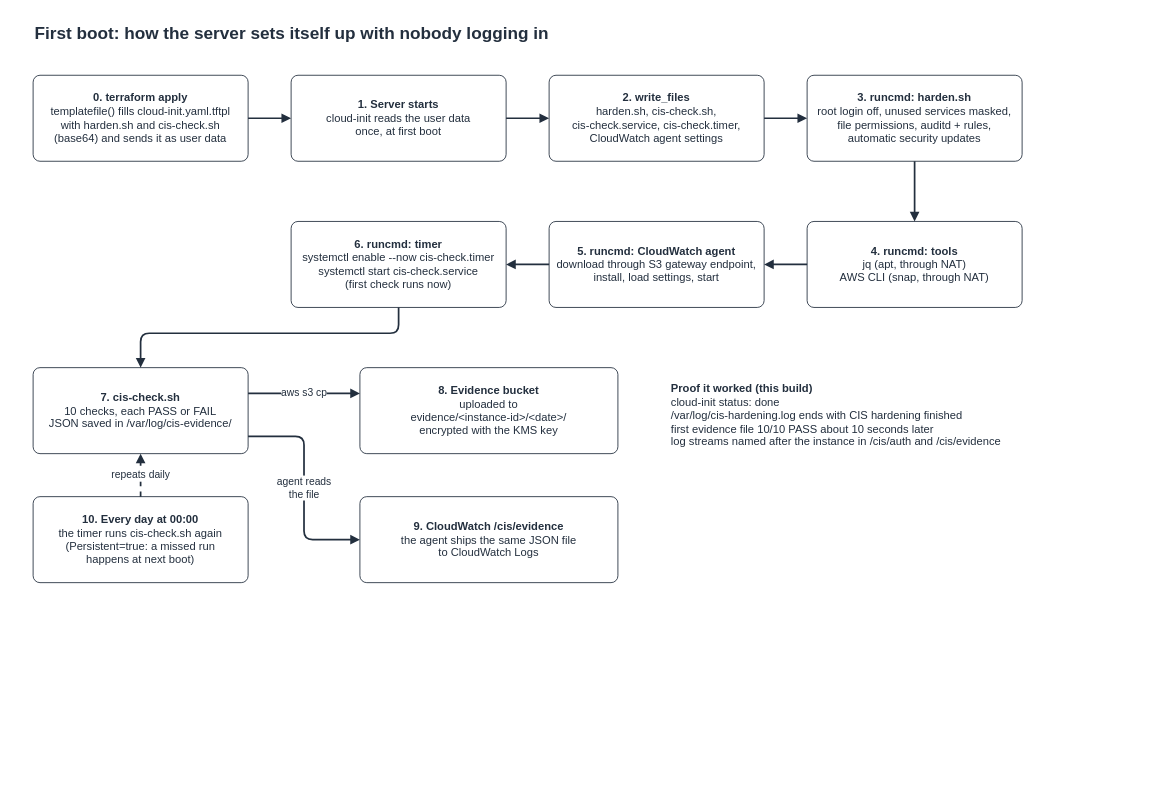
Before: page "3 First boot of the server" (3 of 3) of docs/architecture.drawio in Obiku/cis-hardened-server, a draw.io diagram. Source tidied: cells renumbered, new cells numbered last; positions are measured from the earlier drawing's top-left corner, leaving out a move shared by most shapes. Both pictures are drawn from the tidied source at 86%, with x=0, y=0 at pixel (33, 15).
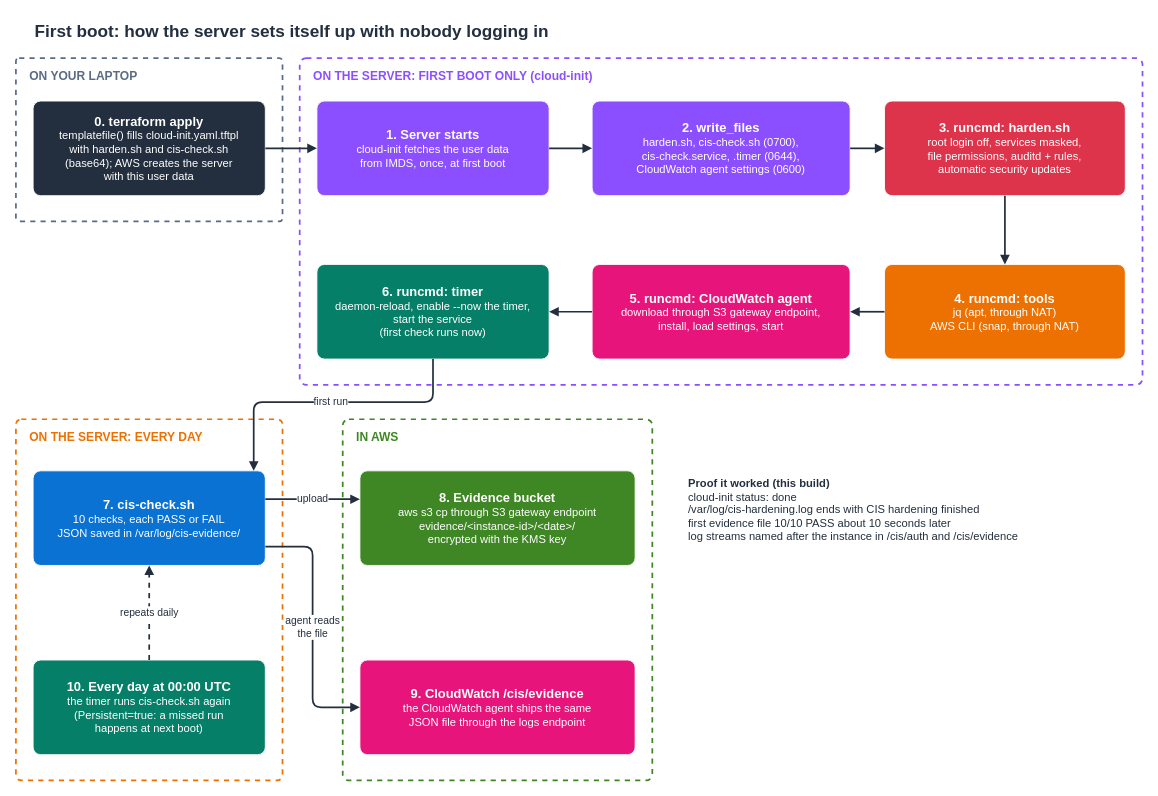
Above is the later version.

Commit message (it also covers changes not shown here):
Redraw diagrams: security groups, build order with AWS resources, first boot zones

The edit, as a diff of the source:
```diff
@@
-<mxGraphModel>
+<mxGraphModel background="#FFFFFF">
@@
     <mxCell id="2" value="First boot: how the server sets itself up with nobody logging in" style="text;html=1;align=left;verticalAlign=middle;fontSize=20;fontStyle=1;fontColor=#232F3E;" parent="1" vertex="1">
-      <mxGeometry width="1000" height="40" as="geometry" />
+      <mxGeometry width="1200" height="36" as="geometry" />
     </mxCell>
-    <mxCell id="3" value="&lt;b&gt;0. terraform apply&lt;/b&gt;&lt;br&gt;templatefile() fills cloud-init.yaml.tftpl&lt;br&gt;with harden.sh and cis-check.sh&lt;br&gt;(base64) and sends it as user data" style="rounded=1;whiteSpace=wrap;html=1;fontSize=13;align=center;verticalAlign=middle;strokeColor=#232F3E;fillColor=#FFFFFF;fontColor=#232F3E;arcSize=8;" parent="1" vertex="1">
-      <mxGeometry y="70" width="250" height="100" as="geometry" />
+    <mxCell id="3" value="ON YOUR LAPTOP" style="rounded=1;arcSize=2;whiteSpace=wrap;html=1;align=left;verticalAlign=top;spacingLeft=14;spacingTop=6;fontSize=14;fontStyle=1;dashed=1;strokeWidth=2;fillColor=none;strokeColor=#5A6B86;fontColor=#5A6B86;" parent="1" vertex="1">
+      <mxGeometry x="-20" y="50" width="310" height="190" as="geometry" />
     </mxCell>
-    <mxCell id="4" value="&lt;b&gt;1. Server starts&lt;/b&gt;&lt;br&gt;cloud-init reads the user data&lt;br&gt;once, at first boot" style="rounded=1;whiteSpace=wrap;html=1;fontSize=13;align=center;verticalAlign=middle;strokeColor=#232F3E;fillColor=#FFFFFF;fontColor=#232F3E;arcSize=8;" parent="1" vertex="1">
-      <mxGeometry x="300" y="70" width="250" height="100" as="geometry" />
+    <mxCell id="4" value="ON THE SERVER: FIRST BOOT ONLY (cloud-init)" style="rounded=1;arcSize=2;whiteSpace=wrap;html=1;align=left;verticalAlign=top;spacingLeft=14;spacingTop=6;fontSize=14;fontStyle=1;dashed=1;strokeWidth=2;fillColor=none;strokeColor=#8C4FFF;fontColor=#8C4FFF;" parent="1" vertex="1">
+      <mxGeometry x="310" y="50" width="980" height="380" as="geometry" />
     </mxCell>
-    <mxCell id="5" value="&lt;b&gt;2. write_files&lt;/b&gt;&lt;br&gt;harden.sh, cis-check.sh,&lt;br&gt;cis-check.service, cis-check.timer,&lt;br&gt;CloudWatch agent settings" style="rounded=1;whiteSpace=wrap;html=1;fontSize=13;align=center;verticalAlign=middle;strokeColor=#232F3E;fillColor=#FFFFFF;fontColor=#232F3E;arcSize=8;" parent="1" vertex="1">
-      <mxGeometry x="600" y="70" width="250" height="100" as="geometry" />
+    <mxCell id="5" value="ON THE SERVER: EVERY DAY" style="rounded=1;arcSize=2;whiteSpace=wrap;html=1;align=left;verticalAlign=top;spacingLeft=14;spacingTop=6;fontSize=14;fontStyle=1;dashed=1;strokeWidth=2;fillColor=none;strokeColor=#ED7100;fontColor=#ED7100;" parent="1" vertex="1">
+      <mxGeometry x="-20" y="470" width="310" height="420" as="geometry" />
     </mxCell>
-    <mxCell id="6" value="&lt;b&gt;3. runcmd: harden.sh&lt;/b&gt;&lt;br&gt;root login off, unused services masked,&lt;br&gt;file permissions, auditd + rules,&lt;br&gt;automatic security updates" style="rounded=1;whiteSpace=wrap;html=1;fontSize=13;align=center;verticalAlign=middle;strokeColor=#232F3E;fillColor=#FFFFFF;fontColor=#232F3E;arcSize=8;" parent="1" vertex="1">
-      <mxGeometry x="900" y="70" width="250" height="100" as="geometry" />
+    <mxCell id="6" value="IN AWS" style="rounded=1;arcSize=2;whiteSpace=wrap;html=1;align=left;verticalAlign=top;spacingLeft=14;spacingTop=6;fontSize=14;fontStyle=1;dashed=1;strokeWidth=2;fillColor=none;strokeColor=#3F8624;fontColor=#3F8624;" parent="1" vertex="1">
+      <mxGeometry x="360" y="470" width="360" height="420" as="geometry" />
     </mxCell>
-    <mxCell id="7" value="&lt;b&gt;4. runcmd: tools&lt;/b&gt;&lt;br&gt;jq (apt, through NAT)&lt;br&gt;AWS CLI (snap, through NAT)" style="rounded=1;whiteSpace=wrap;html=1;fontSize=13;align=center;verticalAlign=middle;strokeColor=#232F3E;fillColor=#FFFFFF;fontColor=#232F3E;arcSize=8;" parent="1" vertex="1">
-      <mxGeometry x="900" y="240" width="250" height="100" as="geometry" />
+    <mxCell id="7" value="&lt;b style=&quot;font-size:15px;&quot;&gt;0. terraform apply&lt;/b&gt;&lt;br&gt;templatefile() fills cloud-init.yaml.tftpl&lt;br&gt;with harden.sh and cis-check.sh&lt;br&gt;(base64); AWS creates the server&lt;br&gt;with this user data" style="rounded=1;arcSize=8;whiteSpace=wrap;html=1;align=center;verticalAlign=middle;fontSize=13;fontColor=#FFFFFF;strokeColor=#FFFFFF;strokeWidth=1;fillColor=#232F3E;" parent="1" vertex="1">
+      <mxGeometry y="100" width="270" height="110" as="geometry" />
     </mxCell>
-    <mxCell id="8" value="&lt;b&gt;5. runcmd: CloudWatch agent&lt;/b&gt;&lt;br&gt;download through S3 gateway endpoint,&lt;br&gt;install, load settings, start" style="rounded=1;whiteSpace=wrap;html=1;fontSize=13;align=center;verticalAlign=middle;strokeColor=#232F3E;fillColor=#FFFFFF;fontColor=#232F3E;arcSize=8;" parent="1" vertex="1">
-      <mxGeometry x="600" y="240" width="250" height="100" as="geometry" />
+    <mxCell id="8" value="&lt;b style=&quot;font-size:15px;&quot;&gt;1. Server starts&lt;/b&gt;&lt;br&gt;cloud-init fetches the user data&lt;br&gt;from IMDS, once, at first boot" style="rounded=1;arcSize=8;whiteSpace=wrap;html=1;align=center;verticalAlign=middle;fontSize=13;fontColor=#FFFFFF;strokeColor=#FFFFFF;strokeWidth=1;fillColor=#8C4FFF;" parent="1" vertex="1">
+      <mxGeometry x="330" y="100" width="270" height="110" as="geometry" />
     </mxCell>
-    <mxCell id="9" value="&lt;b&gt;6. runcmd: timer&lt;/b&gt;&lt;br&gt;systemctl enable --now cis-check.timer&lt;br&gt;systemctl start cis-check.service&lt;br&gt;(first check runs now)" style="rounded=1;whiteSpace=wrap;html=1;fontSize=13;align=center;verticalAlign=middle;strokeColor=#232F3E;fillColor=#FFFFFF;fontColor=#232F3E;arcSize=8;" parent="1" vertex="1">
-      <mxGeometry x="300" y="240" width="250" height="100" as="geometry" />
+    <mxCell id="9" value="&lt;b style=&quot;font-size:15px;&quot;&gt;2. write_files&lt;/b&gt;&lt;br&gt;harden.sh, cis-check.sh (0700),&lt;br&gt;cis-check.service, .timer (0644),&lt;br&gt;CloudWatch agent settings (0600)" style="rounded=1;arcSize=8;whiteSpace=wrap;html=1;align=center;verticalAlign=middle;fontSize=13;fontColor=#FFFFFF;strokeColor=#FFFFFF;strokeWidth=1;fillColor=#8C4FFF;" parent="1" vertex="1">
+      <mxGeometry x="650" y="100" width="300" height="110" as="geometry" />
     </mxCell>
-    <mxCell id="10" value="&lt;b&gt;7. cis-check.sh&lt;/b&gt;&lt;br&gt;10 checks, each PASS or FAIL&lt;br&gt;JSON saved in /var/log/cis-evidence/" style="rounded=1;whiteSpace=wrap;html=1;fontSize=13;align=center;verticalAlign=middle;strokeColor=#232F3E;fillColor=#FFFFFF;fontColor=#232F3E;arcSize=8;" parent="1" vertex="1">
-      <mxGeometry y="410" width="250" height="100" as="geometry" />
+    <mxCell id="10" value="&lt;b style=&quot;font-size:15px;&quot;&gt;3. runcmd: harden.sh&lt;/b&gt;&lt;br&gt;root login off, services masked,&lt;br&gt;file permissions, auditd + rules,&lt;br&gt;automatic security updates" style="rounded=1;arcSize=8;whiteSpace=wrap;html=1;align=center;verticalAlign=middle;fontSize=13;fontColor=#FFFFFF;strokeColor=#FFFFFF;strokeWidth=1;fillColor=#DD344C;" parent="1" vertex="1">
+      <mxGeometry x="990" y="100" width="280" height="110" as="geometry" />
     </mxCell>
-    <mxCell id="11" value="&lt;b&gt;8. Evidence bucket&lt;/b&gt;&lt;br&gt;uploaded to&lt;br&gt;evidence/&amp;lt;instance-id&amp;gt;/&amp;lt;date&amp;gt;/&lt;br&gt;encrypted with the KMS key" style="rounded=1;whiteSpace=wrap;html=1;fontSize=13;align=center;verticalAlign=middle;strokeColor=#232F3E;fillColor=#FFFFFF;fontColor=#232F3E;arcSize=8;" parent="1" vertex="1">
-      <mxGeometry x="380" y="410" width="300" height="100" as="geometry" />
+    <mxCell id="11" value="&lt;b style=&quot;font-size:15px;&quot;&gt;4. runcmd: tools&lt;/b&gt;&lt;br&gt;jq (apt, through NAT)&lt;br&gt;AWS CLI (snap, through NAT)" style="rounded=1;arcSize=8;whiteSpace=wrap;html=1;align=center;verticalAlign=middle;fontSize=13;fontColor=#FFFFFF;strokeColor=#FFFFFF;strokeWidth=1;fillColor=#ED7100;" parent="1" vertex="1">
+      <mxGeometry x="990" y="290" width="280" height="110" as="geometry" />
     </mxCell>
-    <mxCell id="12" value="&lt;b&gt;9. CloudWatch /cis/evidence&lt;/b&gt;&lt;br&gt;the agent ships the same JSON file&lt;br&gt;to CloudWatch Logs" style="rounded=1;whiteSpace=wrap;html=1;fontSize=13;align=center;verticalAlign=middle;strokeColor=#232F3E;fillColor=#FFFFFF;fontColor=#232F3E;arcSize=8;" parent="1" vertex="1">
-      <mxGeometry x="380" y="560" width="300" height="100" as="geometry" />
+    <mxCell id="12" value="&lt;b style=&quot;font-size:15px;&quot;&gt;5. runcmd: CloudWatch agent&lt;/b&gt;&lt;br&gt;download through S3 gateway endpoint,&lt;br&gt;install, load settings, start" style="rounded=1;arcSize=8;whiteSpace=wrap;html=1;align=center;verticalAlign=middle;fontSize=13;fontColor=#FFFFFF;strokeColor=#FFFFFF;strokeWidth=1;fillColor=#E7157B;" parent="1" vertex="1">
+      <mxGeometry x="650" y="290" width="300" height="110" as="geometry" />
     </mxCell>
-    <mxCell id="13" value="&lt;b&gt;10. Every day at 00:00&lt;/b&gt;&lt;br&gt;the timer runs cis-check.sh again&lt;br&gt;(Persistent=true: a missed run&lt;br&gt;happens at next boot)" style="rounded=1;whiteSpace=wrap;html=1;fontSize=13;align=center;verticalAlign=middle;strokeColor=#232F3E;fillColor=#FFFFFF;fontColor=#232F3E;arcSize=8;" parent="1" vertex="1">
-      <mxGeometry y="560" width="250" height="100" as="geometry" />
+    <mxCell id="13" value="&lt;b style=&quot;font-size:15px;&quot;&gt;6. runcmd: timer&lt;/b&gt;&lt;br&gt;daemon-reload, enable --now the timer,&lt;br&gt;start the service&lt;br&gt;(first check runs now)" style="rounded=1;arcSize=8;whiteSpace=wrap;html=1;align=center;verticalAlign=middle;fontSize=13;fontColor=#FFFFFF;strokeColor=#FFFFFF;strokeWidth=1;fillColor=#067F68;" parent="1" vertex="1">
+      <mxGeometry x="330" y="290" width="270" height="110" as="geometry" />
     </mxCell>
-    <mxCell id="14" style="edgeStyle=orthogonalEdgeStyle;rounded=1;html=1;endArrow=block;endFill=1;strokeWidth=2;strokeColor=#232F3E;fontSize=12;fontColor=#232F3E;labelBackgroundColor=#FFFFFF;" parent="1" edge="1" source="3" target="4">
-      <mxGeometry relative="1" as="geometry" />
+    <mxCell id="14" value="&lt;b style=&quot;font-size:15px;&quot;&gt;7. cis-check.sh&lt;/b&gt;&lt;br&gt;10 checks, each PASS or FAIL&lt;br&gt;JSON saved in /var/log/cis-evidence/" style="rounded=1;arcSize=8;whiteSpace=wrap;html=1;align=center;verticalAlign=middle;fontSize=13;fontColor=#FFFFFF;strokeColor=#FFFFFF;strokeWidth=1;fillColor=#0972D3;" parent="1" vertex="1">
+      <mxGeometry y="530" width="270" height="110" as="geometry" />
     </mxCell>
-    <mxCell id="15" style="edgeStyle=orthogonalEdgeStyle;rounded=1;html=1;endArrow=block;endFill=1;strokeWidth=2;strokeColor=#232F3E;fontSize=12;fontColor=#232F3E;labelBackgroundColor=#FFFFFF;" parent="1" edge="1" source="4" target="5">
-      <mxGeometry relative="1" as="geometry" />
+    <mxCell id="15" value="&lt;b style=&quot;font-size:15px;&quot;&gt;10. Every day at 00:00 UTC&lt;/b&gt;&lt;br&gt;the timer runs cis-check.sh again&lt;br&gt;(Persistent=true: a missed run&lt;br&gt;happens at next boot)" style="rounded=1;arcSize=8;whiteSpace=wrap;html=1;align=center;verticalAlign=middle;fontSize=13;fontColor=#FFFFFF;strokeColor=#FFFFFF;strokeWidth=1;fillColor=#067F68;" parent="1" vertex="1">
+      <mxGeometry y="750" width="270" height="110" as="geometry" />
     </mxCell>
-    <mxCell id="16" style="edgeStyle=orthogonalEdgeStyle;rounded=1;html=1;endArrow=block;endFill=1;strokeWidth=2;strokeColor=#232F3E;fontSize=12;fontColor=#232F3E;labelBackgroundColor=#FFFFFF;" parent="1" edge="1" source="5" target="6">
-      <mxGeometry relative="1" as="geometry" />
+    <mxCell id="16" value="&lt;b style=&quot;font-size:15px;&quot;&gt;8. Evidence bucket&lt;/b&gt;&lt;br&gt;aws s3 cp through S3 gateway endpoint&lt;br&gt;evidence/&amp;lt;instance-id&amp;gt;/&amp;lt;date&amp;gt;/&lt;br&gt;encrypted with the KMS key" style="rounded=1;arcSize=8;whiteSpace=wrap;html=1;align=center;verticalAlign=middle;fontSize=13;fontColor=#FFFFFF;strokeColor=#FFFFFF;strokeWidth=1;fillColor=#3F8624;" parent="1" vertex="1">
+      <mxGeometry x="380" y="530" width="320" height="110" as="geometry" />
     </mxCell>
-    <mxCell id="17" style="edgeStyle=orthogonalEdgeStyle;rounded=1;html=1;endArrow=block;endFill=1;strokeWidth=2;strokeColor=#232F3E;fontSize=12;fontColor=#232F3E;labelBackgroundColor=#FFFFFF;exitX=0.5;exitY=1;entryX=0.5;entryY=0;" parent="1" edge="1" source="6" target="7">
-      <mxGeometry relative="1" as="geometry" />
+    <mxCell id="17" value="&lt;b style=&quot;font-size:15px;&quot;&gt;9. CloudWatch /cis/evidence&lt;/b&gt;&lt;br&gt;the CloudWatch agent ships the same&lt;br&gt;JSON file through the logs endpoint" style="rounded=1;arcSize=8;whiteSpace=wrap;html=1;align=center;verticalAlign=middle;fontSize=13;fontColor=#FFFFFF;strokeColor=#FFFFFF;strokeWidth=1;fillColor=#E7157B;" parent="1" vertex="1">
+      <mxGeometry x="380" y="750" width="320" height="110" as="geometry" />
     </mxCell>
-    <mxCell id="18" style="edgeStyle=orthogonalEdgeStyle;rounded=1;html=1;endArrow=block;endFill=1;strokeWidth=2;strokeColor=#232F3E;fontSize=12;fontColor=#232F3E;labelBackgroundColor=#FFFFFF;exitX=0;exitY=0.5;entryX=1;entryY=0.5;" parent="1" edge="1" source="7" target="8">
+    <mxCell id="18" style="edgeStyle=orthogonalEdgeStyle;rounded=1;html=1;endArrow=block;endFill=1;strokeWidth=2;strokeColor=#232F3E;fontSize=12;fontColor=#232F3E;labelBackgroundColor=#FFFFFF;" parent="1" edge="1" source="7" target="8">
       <mxGeometry relative="1" as="geometry" />
     </mxCell>
-    <mxCell id="19" style="edgeStyle=orthogonalEdgeStyle;rounded=1;html=1;endArrow=block;endFill=1;strokeWidth=2;strokeColor=#232F3E;fontSize=12;fontColor=#232F3E;labelBackgroundColor=#FFFFFF;exitX=0;exitY=0.5;entryX=1;entryY=0.5;" parent="1" edge="1" source="8" target="9">
+    <mxCell id="19" style="edgeStyle=orthogonalEdgeStyle;rounded=1;html=1;endArrow=block;endFill=1;strokeWidth=2;strokeColor=#232F3E;fontSize=12;fontColor=#232F3E;labelBackgroundColor=#FFFFFF;" parent="1" edge="1" source="8" target="9">
       <mxGeometry relative="1" as="geometry" />
     </mxCell>
-    <mxCell id="20" style="edgeStyle=orthogonalEdgeStyle;rounded=1;html=1;endArrow=block;endFill=1;strokeWidth=2;strokeColor=#232F3E;fontSize=12;fontColor=#232F3E;labelBackgroundColor=#FFFFFF;exitX=0.5;exitY=1;entryX=0.5;entryY=0;" parent="1" edge="1" source="9" target="10">
-      <mxGeometry relative="1" as="geometry">
-        <Array as="points">
-          <mxPoint x="425" y="370" />
-          <mxPoint x="125" y="370" />
-        </Array>
-      </mxGeometry>
+    <mxCell id="20" style="edgeStyle=orthogonalEdgeStyle;rounded=1;html=1;endArrow=block;endFill=1;strokeWidth=2;strokeColor=#232F3E;fontSize=12;fontColor=#232F3E;labelBackgroundColor=#FFFFFF;" parent="1" edge="1" source="9" target="10">
+      <mxGeometry relative="1" as="geometry" />
     </mxCell>
-    <mxCell id="21" value="aws s3 cp" style="edgeStyle=orthogonalEdgeStyle;rounded=1;html=1;endArrow=block;endFill=1;strokeWidth=2;strokeColor=#232F3E;fontSize=12;fontColor=#232F3E;labelBackgroundColor=#FFFFFF;exitX=1;exitY=0.3;entryX=0;entryY=0.3;" parent="1" edge="1" source="10" target="11">
+    <mxCell id="21" style="edgeStyle=orthogonalEdgeStyle;rounded=1;html=1;endArrow=block;endFill=1;strokeWidth=2;strokeColor=#232F3E;fontSize=12;fontColor=#232F3E;labelBackgroundColor=#FFFFFF;exitX=0.5;exitY=1;entryX=0.5;entryY=0;" parent="1" edge="1" source="10" target="11">
       <mxGeometry relative="1" as="geometry" />
     </mxCell>
-    <mxCell id="22" value="agent reads&lt;br&gt;the file" style="edgeStyle=orthogonalEdgeStyle;rounded=1;html=1;endArrow=block;endFill=1;strokeWidth=2;strokeColor=#232F3E;fontSize=12;fontColor=#232F3E;labelBackgroundColor=#FFFFFF;exitX=1;exitY=0.8;entryX=0;entryY=0.5;" parent="1" edge="1" source="10" target="12">
-      <mxGeometry relative="1" as="geometry">
-        <Array as="points">
-          <mxPoint x="315" y="490" />
-          <mxPoint x="315" y="610" />
-        </Array>
-      </mxGeometry>
+    <mxCell id="22" style="edgeStyle=orthogonalEdgeStyle;rounded=1;html=1;endArrow=block;endFill=1;strokeWidth=2;strokeColor=#232F3E;fontSize=12;fontColor=#232F3E;labelBackgroundColor=#FFFFFF;exitX=0;exitY=0.5;entryX=1;entryY=0.5;" parent="1" edge="1" source="11" target="12">
+      <mxGeometry relative="1" as="geometry" />
     </mxCell>
-    <mxCell id="23" value="repeats daily" style="edgeStyle=orthogonalEdgeStyle;rounded=1;html=1;endArrow=block;endFill=1;strokeWidth=2;strokeColor=#232F3E;fontSize=12;fontColor=#232F3E;labelBackgroundColor=#FFFFFF;dashed=1;exitX=0.5;exitY=0;entryX=0.5;entryY=1;" parent="1" edge="1" source="13" target="10">
+    <mxCell id="23" style="edgeStyle=orthogonalEdgeStyle;rounded=1;html=1;endArrow=block;endFill=1;strokeWidth=2;strokeColor=#232F3E;fontSize=12;fontColor=#232F3E;labelBackgroundColor=#FFFFFF;exitX=0;exitY=0.5;entryX=1;entryY=0.5;" parent="1" edge="1" source="12" target="13">
       <mxGeometry relative="1" as="geometry" />
     </mxCell>
-    <mxCell id="24" value="&lt;b&gt;Proof it worked (this build)&lt;/b&gt;&lt;br&gt;cloud-init status: done&lt;br&gt;/var/log/cis-hardening.log ends with CIS hardening finished&lt;br&gt;first evidence file 10/10 PASS about 10 seconds later&lt;br&gt;log streams named after the instance in /cis/auth and /cis/evidence" style="text;html=1;whiteSpace=wrap;align=left;verticalAlign=top;fontSize=13;fontColor=#232F3E;" parent="1" vertex="1">
-      <mxGeometry x="740" y="420" width="460" height="120" as="geometry" />
+    <mxCell id="24" value="first run" style="edgeStyle=orthogonalEdgeStyle;rounded=1;html=1;endArrow=block;endFill=1;strokeWidth=2;strokeColor=#232F3E;fontSize=12;fontColor=#232F3E;labelBackgroundColor=#FFFFFF;exitX=0.5;exitY=1;entryX=0.95;entryY=0;" parent="1" edge="1" source="13" target="14">
+      <mxGeometry relative="1" as="geometry">
+        <Array as="points">
+          <mxPoint x="465" y="450" />
+          <mxPoint x="256" y="450" />
+        </Array>
+      </mxGeometry>
     </mxCell>
+    <mxCell id="25" value="upload" style="edgeStyle=orthogonalEdgeStyle;rounded=1;html=1;endArrow=block;endFill=1;strokeWidth=2;strokeColor=#232F3E;fontSize=12;fontColor=#232F3E;labelBackgroundColor=#FFFFFF;exitX=1;exitY=0.3;entryX=0;entryY=0.3;" parent="1" edge="1" source="14" target="16">
+      <mxGeometry relative="1" as="geometry" />
+    </mxCell>
+    <mxCell id="26" value="agent reads&lt;br&gt;the file" style="edgeStyle=orthogonalEdgeStyle;rounded=1;html=1;endArrow=block;endFill=1;strokeWidth=2;strokeColor=#232F3E;fontSize=12;fontColor=#232F3E;labelBackgroundColor=#FFFFFF;exitX=1;exitY=0.8;entryX=0;entryY=0.5;" parent="1" edge="1" source="14" target="17">
+      <mxGeometry relative="1" as="geometry">
+        <Array as="points">
+          <mxPoint x="325" y="618" />
+          <mxPoint x="325" y="805" />
+        </Array>
+      </mxGeometry>
+    </mxCell>
+    <mxCell id="27" value="repeats daily" style="edgeStyle=orthogonalEdgeStyle;rounded=1;html=1;endArrow=block;endFill=1;strokeWidth=2;strokeColor=#232F3E;fontSize=12;fontColor=#232F3E;labelBackgroundColor=#FFFFFF;dashed=1;exitX=0.5;exitY=0;entryX=0.5;entryY=1;" parent="1" edge="1" source="15" target="14">
+      <mxGeometry relative="1" as="geometry" />
+    </mxCell>
+    <mxCell id="28" value="&lt;b&gt;Proof it worked (this build)&lt;/b&gt;&lt;br&gt;cloud-init status: done&lt;br&gt;/var/log/cis-hardening.log ends with CIS hardening finished&lt;br&gt;first evidence file 10/10 PASS about 10 seconds later&lt;br&gt;log streams named after the instance in /cis/auth and /cis/evidence" style="text;html=1;whiteSpace=wrap;align=left;verticalAlign=top;fontSize=13;fontColor=#232F3E;" parent="1" vertex="1">
+      <mxGeometry x="760" y="530" width="480" height="130" as="geometry" />
+    </mxCell>
```
